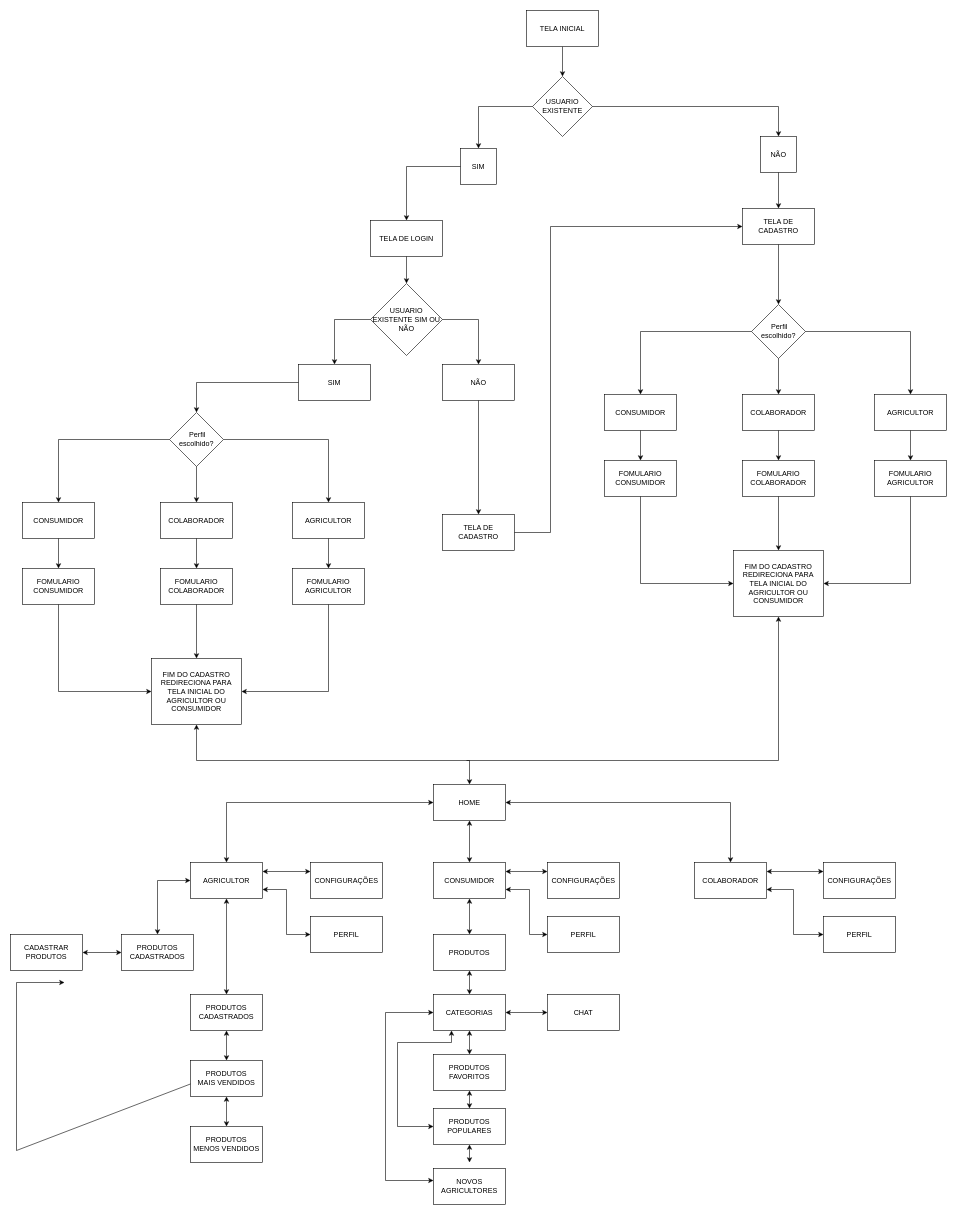
The draw.io diagram Diagrama sem nome.drawio in 4lisson0/cyberzone, before the edit. Source tidied: cells renumbered, new cells numbered last; positions are measured from the earlier drawing's top-left corner, leaving out a move shared by most shapes. Both pictures are drawn from the tidied source at 60%, with x=0, y=0 at pixel (10, 10).
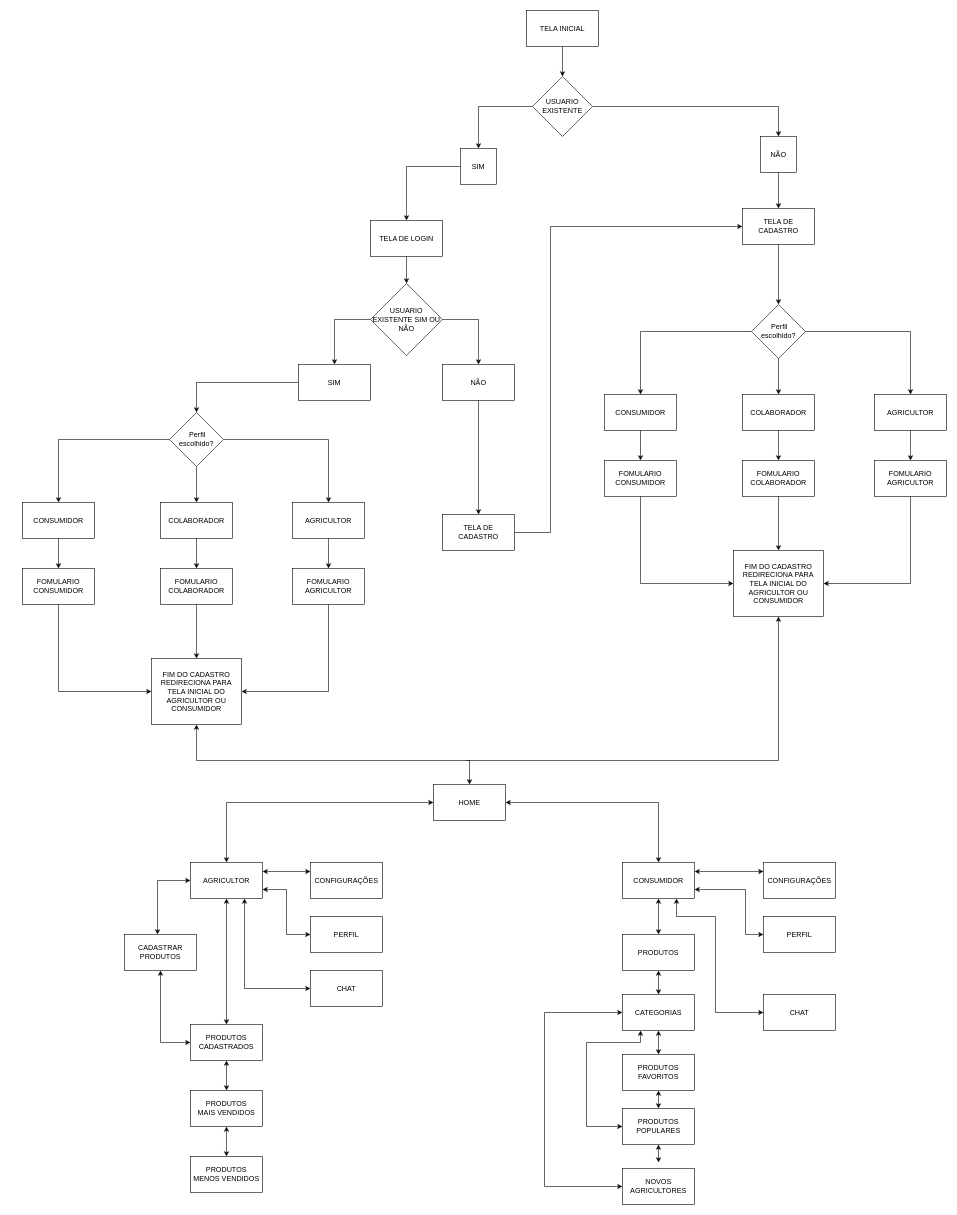
The same diagram, later.

Unchanged cells that the change refers to:
```xml
<mxCell id="60" value="HOME" style="rounded=0;whiteSpace=wrap;html=1;" parent="1" vertex="1">
  <mxGeometry x="705" y="1290" width="120" height="60" as="geometry" />
</mxCell>
<mxCell id="78" value="AGRICULTOR" style="rounded=0;whiteSpace=wrap;html=1;" parent="1" vertex="1">
  <mxGeometry x="300" y="1420" width="120" height="60" as="geometry" />
</mxCell>
```

Diff of the diagram source:
```diff
@@
     <mxCell id="48" value="CHAT" style="rounded=0;whiteSpace=wrap;html=1;" parent="1" vertex="1">
-      <mxGeometry x="895" y="1640" width="120" height="60" as="geometry" />
+      <mxGeometry x="1255" y="1640" width="120" height="60" as="geometry" />
     </mxCell>
-    <mxCell id="49" style="endArrow=classic;startArrow=classic;html=1;rounded=0;entryX=0;entryY=0.5;entryDx=0;entryDy=0;exitX=0;exitY=0.5;exitDx=0;exitDy=0;" parent="1" edge="1">
+    <mxCell id="49" style="endArrow=classic;startArrow=classic;html=1;rounded=0;entryX=0.5;entryY=1;entryDx=0;entryDy=0;exitX=0;exitY=0.5;exitDx=0;exitDy=0;" parent="1" edge="1" source="97" target="84">
       <mxGeometry relative="1" as="geometry">
-        <mxPoint x="350" y="1770" as="sourcePoint" />
-        <mxPoint x="90" y="1620" as="targetPoint" />
         <Array as="points">
-          <mxPoint x="10" y="1900" />
-          <mxPoint x="10" y="1620" />
+          <mxPoint x="250" y="1720" />
         </Array>
       </mxGeometry>
     </mxCell>
@@
     <mxCell id="61" value="CONSUMIDOR" style="rounded=0;whiteSpace=wrap;html=1;" parent="1" vertex="1">
-      <mxGeometry x="705" y="1420" width="120" height="60" as="geometry" />
+      <mxGeometry x="1020" y="1420" width="120" height="60" as="geometry" />
     </mxCell>
     <mxCell id="62" value="PRODUTOS" style="rounded=0;whiteSpace=wrap;html=1;" parent="1" vertex="1">
-      <mxGeometry x="705" y="1540" width="120" height="60" as="geometry" />
+      <mxGeometry x="1020" y="1540" width="120" height="60" as="geometry" />
     </mxCell>
     <mxCell id="63" value="CATEGORIAS" style="rounded=0;whiteSpace=wrap;html=1;" parent="1" vertex="1">
-      <mxGeometry x="705" y="1640" width="120" height="60" as="geometry" />
+      <mxGeometry x="1020" y="1640" width="120" height="60" as="geometry" />
     </mxCell>
     <mxCell id="64" value="PRODUTOS FAVORITOS" style="rounded=0;whiteSpace=wrap;html=1;" parent="1" vertex="1">
-      <mxGeometry x="705" y="1740" width="120" height="60" as="geometry" />
+      <mxGeometry x="1020" y="1740" width="120" height="60" as="geometry" />
     </mxCell>
     <mxCell id="65" value="PRODUTOS POPULARES" style="rounded=0;whiteSpace=wrap;html=1;" parent="1" vertex="1">
-      <mxGeometry x="705" y="1830" width="120" height="60" as="geometry" />
+      <mxGeometry x="1020" y="1830" width="120" height="60" as="geometry" />
     </mxCell>
     <mxCell id="66" value="NOVOS AGRICULTORES" style="rounded=0;whiteSpace=wrap;html=1;" parent="1" vertex="1">
-      <mxGeometry x="705" y="1930" width="120" height="60" as="geometry" />
+      <mxGeometry x="1020" y="1930" width="120" height="60" as="geometry" />
     </mxCell>
@@
     <mxCell id="68" style="endArrow=classic;startArrow=classic;html=1;rounded=0;exitX=0.25;exitY=1;exitDx=0;exitDy=0;entryX=0;entryY=0.5;entryDx=0;entryDy=0;" parent="1" edge="1" source="63" target="65">
       <mxGeometry relative="1" as="geometry">
         <Array as="points">
-          <mxPoint x="735" y="1720" />
-          <mxPoint x="645" y="1720" />
-          <mxPoint x="645" y="1860" />
+          <mxPoint x="1050" y="1720" />
+          <mxPoint x="960" y="1720" />
+          <mxPoint x="960" y="1860" />
         </Array>
       </mxGeometry>
     </mxCell>
@@
     <mxCell id="70" style="endArrow=classic;startArrow=classic;html=1;rounded=0;exitX=0.5;exitY=1;exitDx=0;exitDy=0;entryX=0.5;entryY=0;entryDx=0;entryDy=0;" parent="1" edge="1" source="65">
       <mxGeometry relative="1" as="geometry">
-        <mxPoint x="765" y="1920" as="targetPoint" />
+        <mxPoint x="1080" y="1920" as="targetPoint" />
       </mxGeometry>
     </mxCell>
@@
-    <mxCell id="74" style="endArrow=classic;startArrow=classic;html=1;rounded=0;exitX=1;exitY=0.5;exitDx=0;exitDy=0;entryX=0;entryY=0.5;entryDx=0;entryDy=0;" parent="1" edge="1" source="63" target="48">
-      <mxGeometry relative="1" as="geometry" />
+    <mxCell id="74" style="endArrow=classic;startArrow=classic;html=1;rounded=0;exitX=0.75;exitY=1;exitDx=0;exitDy=0;entryX=0;entryY=0.5;entryDx=0;entryDy=0;" parent="1" edge="1" source="61" target="48">
+      <mxGeometry relative="1" as="geometry">
+        <Array as="points">
+          <mxPoint x="1110" y="1510" />
+          <mxPoint x="1175" y="1510" />
+          <mxPoint x="1175" y="1670" />
+        </Array>
+      </mxGeometry>
     </mxCell>
-    <mxCell id="75" style="endArrow=classic;startArrow=classic;html=1;rounded=0;exitX=0.5;exitY=1;exitDx=0;exitDy=0;entryX=0.5;entryY=0;entryDx=0;entryDy=0;" parent="1" edge="1" source="60" target="61">
-      <mxGeometry relative="1" as="geometry" />
+    <mxCell id="75" style="endArrow=classic;startArrow=classic;html=1;rounded=0;exitX=1;exitY=0.5;exitDx=0;exitDy=0;entryX=0.5;entryY=0;entryDx=0;entryDy=0;" parent="1" edge="1" source="60" target="61">
+      <mxGeometry relative="1" as="geometry">
+        <Array as="points">
+          <mxPoint x="1080" y="1320" />
+        </Array>
+      </mxGeometry>
     </mxCell>
-    <mxCell id="76" style="endArrow=classic;startArrow=classic;html=1;rounded=0;exitX=0;exitY=0.5;exitDx=0;exitDy=0;entryX=0;entryY=0.5;entryDx=0;entryDy=0;" parent="1" edge="1" source="63">
+    <mxCell id="76" style="endArrow=classic;startArrow=classic;html=1;rounded=0;exitX=0;exitY=0.5;exitDx=0;exitDy=0;entryX=0;entryY=0.5;entryDx=0;entryDy=0;" parent="1" edge="1" source="63" target="66">
       <mxGeometry relative="1" as="geometry">
-        <mxPoint x="705" y="1950" as="targetPoint" />
         <Array as="points">
-          <mxPoint x="625" y="1670" />
-          <mxPoint x="625" y="1950" />
+          <mxPoint x="890" y="1670" />
+          <mxPoint x="890" y="1960" />
         </Array>
       </mxGeometry>
     </mxCell>
@@
-    <mxCell id="79" value="PRODUTOS&lt;div&gt;CADASTRADOS&lt;/div&gt;" style="rounded=0;whiteSpace=wrap;html=1;" parent="1" vertex="1">
-      <mxGeometry x="185" y="1540" width="120" height="60" as="geometry" />
-    </mxCell>
-    <mxCell id="80" style="endArrow=classic;startArrow=classic;html=1;rounded=0;exitX=0;exitY=0.5;exitDx=0;exitDy=0;entryX=1;entryY=0.5;entryDx=0;entryDy=0;exitPerimeter=0;" parent="1" edge="1" source="79" target="84">
-      <mxGeometry relative="1" as="geometry" />
-    </mxCell>
@@
-    <mxCell id="82" value="COLABORADOR" style="rounded=0;whiteSpace=wrap;html=1;" parent="1" vertex="1">
-      <mxGeometry x="1140" y="1420" width="120" height="60" as="geometry" />
-    </mxCell>
-    <mxCell id="83" style="endArrow=classic;startArrow=classic;html=1;rounded=0;entryX=0.5;entryY=0;entryDx=0;entryDy=0;exitX=1;exitY=0.5;exitDx=0;exitDy=0;" parent="1" edge="1" source="60" target="82">
-      <mxGeometry relative="1" as="geometry">
-        <Array as="points">
-          <mxPoint x="1200" y="1320" />
-        </Array>
-      </mxGeometry>
-    </mxCell>
     <mxCell id="84" value="CADASTRAR PRODUTOS" style="rounded=0;whiteSpace=wrap;html=1;" parent="1" vertex="1">
-      <mxGeometry y="1540" width="120" height="60" as="geometry" />
+      <mxGeometry x="190" y="1540" width="120" height="60" as="geometry" />
     </mxCell>
     <mxCell id="85" value="CONFIGURAÇÕES" style="rounded=0;whiteSpace=wrap;html=1;" parent="1" vertex="1">
-      <mxGeometry x="895" y="1420" width="120" height="60" as="geometry" />
+      <mxGeometry x="1255" y="1420" width="120" height="60" as="geometry" />
     </mxCell>
     <mxCell id="86" value="PERFIL" style="rounded=0;whiteSpace=wrap;html=1;" parent="1" vertex="1">
-      <mxGeometry x="895" y="1510" width="120" height="60" as="geometry" />
+      <mxGeometry x="1255" y="1510" width="120" height="60" as="geometry" />
     </mxCell>
@@
     <mxCell id="88" style="endArrow=classic;startArrow=classic;html=1;rounded=0;entryX=0;entryY=0.5;entryDx=0;entryDy=0;exitX=1;exitY=0.75;exitDx=0;exitDy=0;" parent="1" edge="1" source="61" target="86">
       <mxGeometry relative="1" as="geometry">
         <Array as="points">
-          <mxPoint x="865" y="1465" />
-          <mxPoint x="865" y="1540" />
+          <mxPoint x="1225" y="1465" />
+          <mxPoint x="1225" y="1540" />
         </Array>
       </mxGeometry>
     </mxCell>
-    <mxCell id="89" value="CONFIGURAÇÕES" style="rounded=0;whiteSpace=wrap;html=1;" parent="1" vertex="1">
-      <mxGeometry x="1355" y="1420" width="120" height="60" as="geometry" />
-    </mxCell>
-    <mxCell id="90" value="PERFIL" style="rounded=0;whiteSpace=wrap;html=1;" parent="1" vertex="1">
-      <mxGeometry x="1355" y="1510" width="120" height="60" as="geometry" />
-    </mxCell>
-    <mxCell id="91" style="endArrow=classic;startArrow=classic;html=1;rounded=0;entryX=0;entryY=0.25;entryDx=0;entryDy=0;exitX=1;exitY=0.25;exitDx=0;exitDy=0;" parent="1" edge="1" source="82" target="89">
-      <mxGeometry relative="1" as="geometry" />
-    </mxCell>
-    <mxCell id="92" style="endArrow=classic;startArrow=classic;html=1;rounded=0;entryX=0;entryY=0.5;entryDx=0;entryDy=0;exitX=1;exitY=0.75;exitDx=0;exitDy=0;" parent="1" edge="1" source="82" target="90">
-      <mxGeometry relative="1" as="geometry">
-        <Array as="points">
-          <mxPoint x="1305" y="1465" />
-          <mxPoint x="1305" y="1540" />
-        </Array>
-      </mxGeometry>
-    </mxCell>
@@
     <mxCell id="97" value="PRODUTOS&lt;div&gt;CADASTRADOS&lt;/div&gt;" style="rounded=0;whiteSpace=wrap;html=1;" parent="1" vertex="1">
-      <mxGeometry x="300" y="1640" width="120" height="60" as="geometry" />
+      <mxGeometry x="300" y="1690" width="120" height="60" as="geometry" />
     </mxCell>
-    <mxCell id="98" style="endArrow=classic;startArrow=classic;html=1;rounded=0;exitX=0.5;exitY=0;exitDx=0;exitDy=0;entryX=0;entryY=0.5;entryDx=0;entryDy=0;" parent="1" edge="1" source="79" target="78">
+    <mxCell id="98" style="endArrow=classic;startArrow=classic;html=1;rounded=0;exitX=0.5;exitY=0;exitDx=0;exitDy=0;entryX=0;entryY=0.5;entryDx=0;entryDy=0;" parent="1" edge="1" target="78">
       <mxGeometry relative="1" as="geometry">
+        <mxPoint x="245" y="1540" as="sourcePoint" />
         <Array as="points">
           <mxPoint x="245" y="1450" />
         </Array>
       </mxGeometry>
     </mxCell>
@@
     <mxCell id="100" value="PRODUTOS&lt;div&gt;MAIS VENDIDOS&lt;/div&gt;" style="rounded=0;whiteSpace=wrap;html=1;" parent="1" vertex="1">
-      <mxGeometry x="300" y="1750" width="120" height="60" as="geometry" />
+      <mxGeometry x="300" y="1800" width="120" height="60" as="geometry" />
     </mxCell>
     <mxCell id="101" value="PRODUTOS&lt;div&gt;MENOS VENDIDOS&lt;/div&gt;" style="rounded=0;whiteSpace=wrap;html=1;" parent="1" vertex="1">
-      <mxGeometry x="300" y="1860" width="120" height="60" as="geometry" />
+      <mxGeometry x="300" y="1910" width="120" height="60" as="geometry" />
     </mxCell>
-    <mxCell id="102" style="endArrow=classic;startArrow=classic;html=1;rounded=0;exitX=0.5;exitY=1;exitDx=0;exitDy=0;entryX=0.5;entryY=0;entryDx=0;entryDy=0;" parent="1" edge="1" source="97" target="100">
-      <mxGeometry relative="1" as="geometry" />
+    <mxCell id="102" style="endArrow=classic;startArrow=classic;html=1;rounded=0;exitX=0.5;exitY=1;exitDx=0;exitDy=0;entryX=0.5;entryY=0;entryDx=0;entryDy=0;" parent="1" edge="1" target="100">
+      <mxGeometry relative="1" as="geometry">
+        <mxPoint x="360" y="1750" as="sourcePoint" />
+      </mxGeometry>
     </mxCell>
@@
+    <mxCell id="104" value="CHAT" style="rounded=0;whiteSpace=wrap;html=1;" parent="1" vertex="1">
+      <mxGeometry x="500" y="1600" width="120" height="60" as="geometry" />
+    </mxCell>
+    <mxCell id="105" style="endArrow=classic;startArrow=classic;html=1;rounded=0;entryX=0;entryY=0.5;entryDx=0;entryDy=0;exitX=0.75;exitY=1;exitDx=0;exitDy=0;" parent="1" edge="1" source="78" target="104">
+      <mxGeometry relative="1" as="geometry">
+        <Array as="points">
+          <mxPoint x="390" y="1630" />
+        </Array>
+      </mxGeometry>
+    </mxCell>
```
